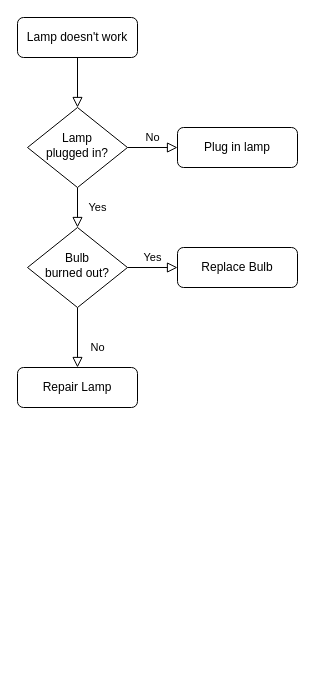
This is docs/his.drawio from RockyLOMO/demo, a draw.io file, before an edit. Source tidied: cells renumbered, new cells numbered last; positions are measured from the earlier drawing's top-left corner, leaving out a move shared by most shapes. Both pictures are drawn from the tidied source at 100%, with x=0, y=0 at pixel (17, 17).
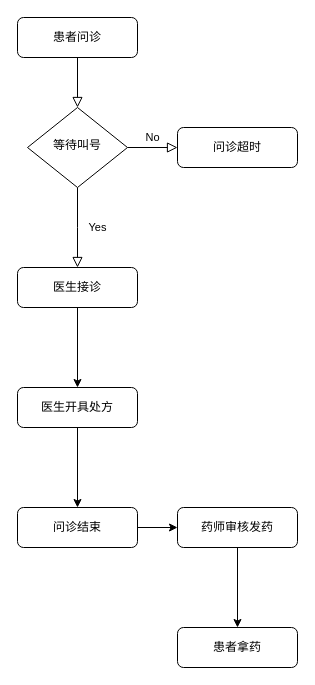
Above is the later version.

Diff of the diagram source:
```diff
@@
 <mxGraphModel>
   <root>
     <mxCell id="0" />
     <mxCell id="1" parent="0" />
     <mxCell id="2" style="rounded=0;html=1;jettySize=auto;fontSize=11;endArrow=block;endFill=0;endSize=8;strokeWidth=1;shadow=0;labelBackgroundColor=none;edgeStyle=orthogonalEdgeStyle;" parent="1" edge="1" source="3" target="6">
       <mxGeometry relative="1" as="geometry" />
     </mxCell>
-    <mxCell id="3" value="Lamp doesn't work" style="rounded=1;whiteSpace=wrap;html=1;fontSize=12;glass=0;strokeWidth=1;shadow=0;" parent="1" vertex="1">
+    <mxCell id="3" value="患者问诊" style="rounded=1;whiteSpace=wrap;html=1;fontSize=12;glass=0;strokeWidth=1;shadow=0;" parent="1" vertex="1">
       <mxGeometry width="120" height="40" as="geometry" />
     </mxCell>
-    <mxCell id="4" value="Yes" style="rounded=0;html=1;jettySize=auto;fontSize=11;endArrow=block;endFill=0;endSize=8;strokeWidth=1;shadow=0;labelBackgroundColor=none;edgeStyle=orthogonalEdgeStyle;" parent="1" edge="1" source="6" target="10">
-      <mxGeometry y="20" relative="1" as="geometry" />
+    <mxCell id="4" value="Yes" style="rounded=0;html=1;jettySize=auto;fontSize=11;endArrow=block;endFill=0;endSize=8;strokeWidth=1;shadow=0;labelBackgroundColor=none;edgeStyle=orthogonalEdgeStyle;" parent="1" edge="1" source="6">
+      <mxGeometry y="20" relative="1" as="geometry">
+        <mxPoint x="60" y="250" as="targetPoint" />
+        <Array as="points">
+          <mxPoint x="60" y="210" />
+          <mxPoint x="60" y="210" />
+        </Array>
+      </mxGeometry>
     </mxCell>
     <mxCell id="5" value="No" style="edgeStyle=orthogonalEdgeStyle;rounded=0;html=1;jettySize=auto;fontSize=11;endArrow=block;endFill=0;endSize=8;strokeWidth=1;shadow=0;labelBackgroundColor=none;" parent="1" edge="1" source="6" target="7">
       <mxGeometry y="10" relative="1" as="geometry" />
     </mxCell>
-    <mxCell id="6" value="Lamp&lt;br&gt;plugged in?" style="rhombus;whiteSpace=wrap;html=1;shadow=0;fontFamily=Helvetica;fontSize=12;align=center;strokeWidth=1;spacing=6;spacingTop=-4;" parent="1" vertex="1">
+    <mxCell id="6" value="等待叫号" style="rhombus;whiteSpace=wrap;html=1;shadow=0;fontFamily=Helvetica;fontSize=12;align=center;strokeWidth=1;spacing=6;spacingTop=-4;" parent="1" vertex="1">
       <mxGeometry x="10" y="90" width="100" height="80" as="geometry" />
     </mxCell>
-    <mxCell id="7" value="Plug in lamp" style="rounded=1;whiteSpace=wrap;html=1;fontSize=12;glass=0;strokeWidth=1;shadow=0;" parent="1" vertex="1">
+    <mxCell id="7" value="问诊超时" style="rounded=1;whiteSpace=wrap;html=1;fontSize=12;glass=0;strokeWidth=1;shadow=0;" parent="1" vertex="1">
       <mxGeometry x="160" y="110" width="120" height="40" as="geometry" />
     </mxCell>
-    <mxCell id="8" value="No" style="rounded=0;html=1;jettySize=auto;fontSize=11;endArrow=block;endFill=0;endSize=8;strokeWidth=1;shadow=0;labelBackgroundColor=none;edgeStyle=orthogonalEdgeStyle;" parent="1" edge="1" source="10" target="11">
-      <mxGeometry x="0.33" y="20" relative="1" as="geometry" />
-    </mxCell>
-    <mxCell id="9" value="Yes" style="edgeStyle=orthogonalEdgeStyle;rounded=0;html=1;jettySize=auto;fontSize=11;endArrow=block;endFill=0;endSize=8;strokeWidth=1;shadow=0;labelBackgroundColor=none;" parent="1" edge="1" source="10" target="12">
-      <mxGeometry y="10" relative="1" as="geometry" />
-    </mxCell>
-    <mxCell id="10" value="Bulb&lt;br&gt;burned out?" style="rhombus;whiteSpace=wrap;html=1;shadow=0;fontFamily=Helvetica;fontSize=12;align=center;strokeWidth=1;spacing=6;spacingTop=-4;" parent="1" vertex="1">
-      <mxGeometry x="10" y="210" width="100" height="80" as="geometry" />
-    </mxCell>
+    <mxCell id="13" style="edgeStyle=orthogonalEdgeStyle;rounded=0;jettySize=auto;html=1;" parent="1" edge="1" source="11" target="16">
+      <mxGeometry relative="1" as="geometry" />
+    </mxCell>
-    <mxCell id="11" value="Repair Lamp" style="rounded=1;whiteSpace=wrap;html=1;fontSize=12;glass=0;strokeWidth=1;shadow=0;" parent="1" vertex="1">
-      <mxGeometry y="350" width="120" height="40" as="geometry" />
+    <mxCell id="11" value="医生接诊" style="rounded=1;whiteSpace=wrap;html=1;fontSize=12;glass=0;strokeWidth=1;shadow=0;" parent="1" vertex="1">
+      <mxGeometry y="250" width="120" height="40" as="geometry" />
     </mxCell>
-    <mxCell id="12" value="Replace Bulb" style="rounded=1;whiteSpace=wrap;html=1;fontSize=12;glass=0;strokeWidth=1;shadow=0;" parent="1" vertex="1">
-      <mxGeometry x="160" y="230" width="120" height="40" as="geometry" />
-    </mxCell>
+    <mxCell id="14" style="edgeStyle=orthogonalEdgeStyle;rounded=0;jettySize=auto;html=1;exitX=1;exitY=0.5;exitDx=0;exitDy=0;" parent="1" edge="1" source="20" target="18">
+      <mxGeometry relative="1" as="geometry" />
+    </mxCell>
+    <mxCell id="15" style="edgeStyle=orthogonalEdgeStyle;rounded=0;jettySize=auto;html=1;" parent="1" edge="1" source="16" target="20">
+      <mxGeometry relative="1" as="geometry" />
+    </mxCell>
+    <mxCell id="16" value="医生开具处方" style="rounded=1;whiteSpace=wrap;html=1;fontSize=12;glass=0;strokeWidth=1;shadow=0;" parent="1" vertex="1">
+      <mxGeometry y="370" width="120" height="40" as="geometry" />
+    </mxCell>
+    <mxCell id="17" style="edgeStyle=orthogonalEdgeStyle;rounded=0;jettySize=auto;html=1;" parent="1" edge="1" source="18" target="19">
+      <mxGeometry relative="1" as="geometry" />
+    </mxCell>
+    <mxCell id="18" value="药师审核发药" style="rounded=1;whiteSpace=wrap;html=1;fontSize=12;glass=0;strokeWidth=1;shadow=0;" parent="1" vertex="1">
+      <mxGeometry x="160" y="490" width="120" height="40" as="geometry" />
+    </mxCell>
+    <mxCell id="19" value="患者拿药" style="rounded=1;whiteSpace=wrap;html=1;fontSize=12;glass=0;strokeWidth=1;shadow=0;" parent="1" vertex="1">
+      <mxGeometry x="160" y="610" width="120" height="40" as="geometry" />
+    </mxCell>
+    <mxCell id="20" value="问诊结束" style="rounded=1;whiteSpace=wrap;html=1;fontSize=12;glass=0;strokeWidth=1;shadow=0;" parent="1" vertex="1">
+      <mxGeometry y="490" width="120" height="40" as="geometry" />
+    </mxCell>
   </root>
 </mxGraphModel>
```
